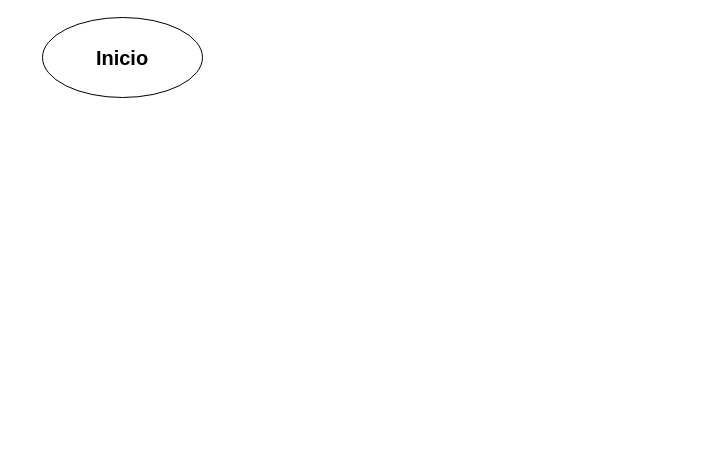
Before: Diagram/Untitled Diagram.drawio in Renatod-96/Membership_Diagram, a draw.io diagram. Source tidied: cells renumbered, new cells numbered last; positions are measured from the earlier drawing's top-left corner, leaving out a move shared by most shapes. Both pictures are drawn from the tidied source at 100%, with x=0, y=0 at pixel (42, 17).
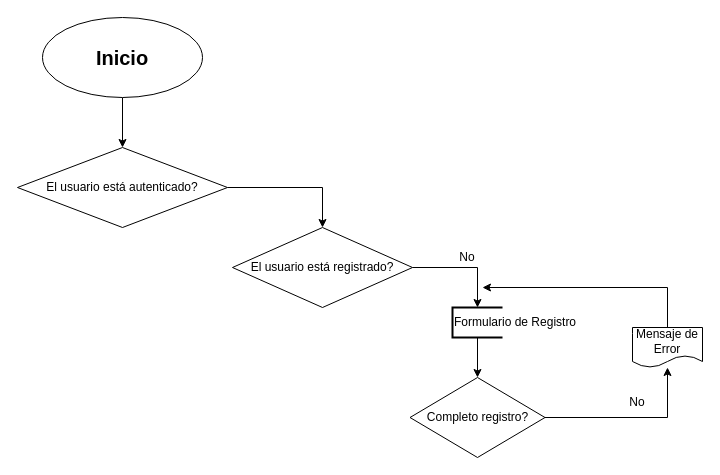
The same page after the edit.

Change to the diagram source:
```diff
@@
 <mxGraphModel>
   <root>
     <mxCell id="0" />
     <mxCell id="1" parent="0" />
+    <mxCell id="3" style="edgeStyle=orthogonalEdgeStyle;rounded=0;jettySize=auto;html=1;entryX=0.5;entryY=0;entryDx=0;entryDy=0;" parent="1" edge="1" source="2" target="5">
+      <mxGeometry relative="1" as="geometry" />
+    </mxCell>
     <mxCell id="2" value="Inicio" style="ellipse;whiteSpace=wrap;html=1;fontSize=20;fontStyle=1;" parent="1" vertex="1">
       <mxGeometry width="160" height="80" as="geometry" />
     </mxCell>
+    <mxCell id="4" style="edgeStyle=orthogonalEdgeStyle;rounded=0;jettySize=auto;html=1;entryX=0.5;entryY=0;entryDx=0;entryDy=0;" parent="1" edge="1" source="5" target="7">
+      <mxGeometry relative="1" as="geometry" />
+    </mxCell>
+    <mxCell id="5" value="El usuario está autenticado?" style="rhombus;whiteSpace=wrap;html=1;" parent="1" vertex="1">
+      <mxGeometry x="-25" y="130" width="210" height="80" as="geometry" />
+    </mxCell>
+    <mxCell id="6" style="edgeStyle=orthogonalEdgeStyle;rounded=0;jettySize=auto;html=1;entryX=0.5;entryY=0;entryDx=0;entryDy=0;entryPerimeter=0;" parent="1" edge="1" source="7" target="9">
+      <mxGeometry relative="1" as="geometry" />
+    </mxCell>
+    <mxCell id="7" value="El usuario está registrado?" style="rhombus;whiteSpace=wrap;html=1;" parent="1" vertex="1">
+      <mxGeometry x="190" y="210" width="180" height="80" as="geometry" />
+    </mxCell>
+    <mxCell id="8" style="edgeStyle=orthogonalEdgeStyle;rounded=0;jettySize=auto;html=1;" parent="1" edge="1" source="9" target="11">
+      <mxGeometry relative="1" as="geometry" />
+    </mxCell>
+    <mxCell id="9" value="Formulario de Registro" style="strokeWidth=2;html=1;shape=mxgraph.flowchart.annotation_1;align=left;" parent="1" vertex="1">
+      <mxGeometry x="410" y="290" width="50" height="30" as="geometry" />
+    </mxCell>
+    <mxCell id="10" style="edgeStyle=orthogonalEdgeStyle;rounded=0;jettySize=auto;html=1;" parent="1" edge="1" source="11" target="14">
+      <mxGeometry relative="1" as="geometry" />
+    </mxCell>
+    <mxCell id="11" value="Completo registro?" style="rhombus;whiteSpace=wrap;html=1;" parent="1" vertex="1">
+      <mxGeometry x="367.5" y="360" width="135" height="80" as="geometry" />
+    </mxCell>
+    <mxCell id="12" value="No" style="text;html=1;strokeColor=none;fillColor=none;align=center;verticalAlign=middle;whiteSpace=wrap;rounded=0;" parent="1" vertex="1">
+      <mxGeometry x="410" y="225" width="30" height="30" as="geometry" />
+    </mxCell>
+    <mxCell id="13" style="edgeStyle=orthogonalEdgeStyle;rounded=0;jettySize=auto;html=1;" parent="1" edge="1" source="14">
+      <mxGeometry relative="1" as="geometry">
+        <mxPoint x="440" y="270" as="targetPoint" />
+        <Array as="points">
+          <mxPoint x="625" y="270" />
+        </Array>
+      </mxGeometry>
+    </mxCell>
+    <mxCell id="14" value="Mensaje de Error" style="shape=document;whiteSpace=wrap;html=1;boundedLbl=1;" parent="1" vertex="1">
+      <mxGeometry x="590" y="310" width="70" height="40" as="geometry" />
+    </mxCell>
+    <mxCell id="15" value="No" style="text;html=1;strokeColor=none;fillColor=none;align=center;verticalAlign=middle;whiteSpace=wrap;rounded=0;" parent="1" vertex="1">
+      <mxGeometry x="580" y="370" width="30" height="30" as="geometry" />
+    </mxCell>
   </root>
 </mxGraphModel>
```
